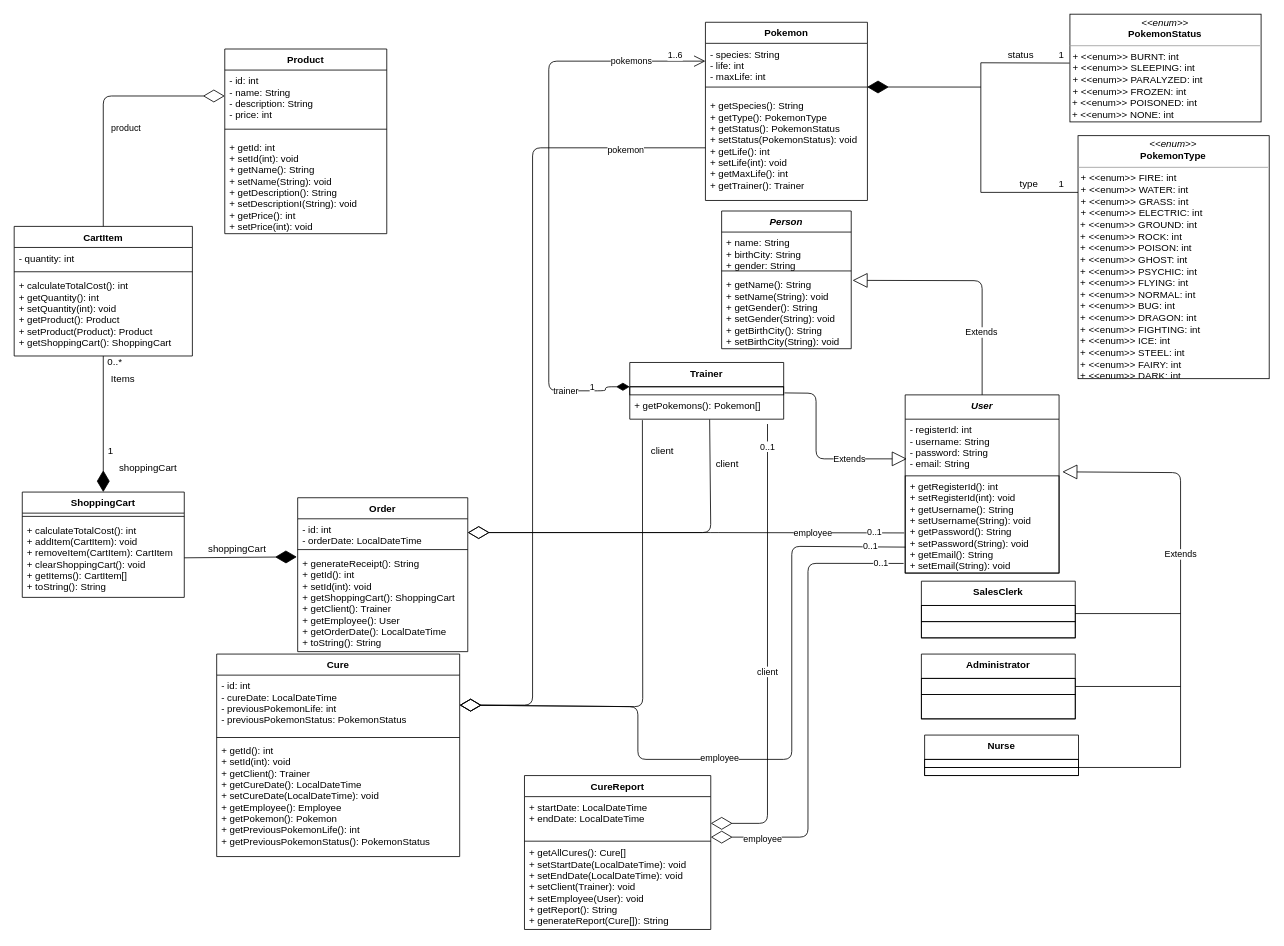
The draw.io diagram Project Documents/IP2ProjectUML.drawio in HenriqueSabino/Ip2Project, before the edit. Source tidied: cells renumbered, new cells numbered last; positions are measured from the earlier drawing's top-left corner, leaving out a move shared by most shapes. Both pictures are drawn from the tidied source at 81%, with x=0, y=0 at pixel (14, 14).
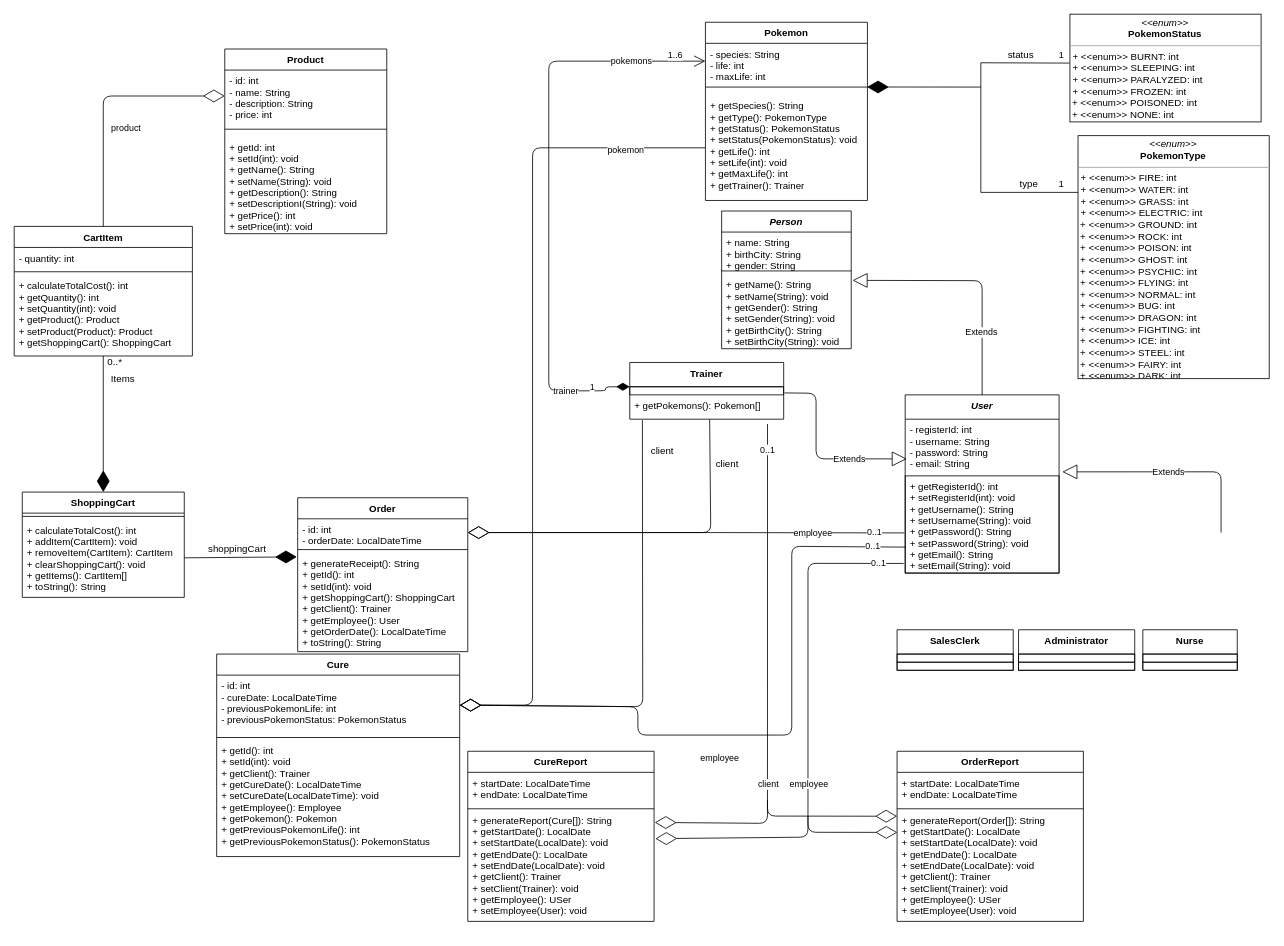
Above is the later version.

Unchanged cells that the change refers to:
```xml
<mxCell id="51" value="+ getPokemons(): Pokemon[]" style="text;strokeColor=none;fillColor=none;align=left;verticalAlign=top;spacingLeft=4;spacingRight=4;overflow=hidden;points=[[0,0.5],[1,0.5]];portConstraint=eastwest;" parent="49" vertex="1">
  <mxGeometry y="40" width="190" height="30" as="geometry" />
</mxCell>
<mxCell id="72" value="- id: int&#10;- cureDate: LocalDateTime&#10;- previousPokemonLife: int&#10;- previousPokemonStatus: PokemonStatus" style="text;strokeColor=none;fillColor=none;align=left;verticalAlign=top;spacingLeft=4;spacingRight=4;overflow=hidden;points=[[0,0.5],[1,0.5]];portConstraint=eastwest;" parent="71" vertex="1">
  <mxGeometry y="26" width="300" height="74" as="geometry" />
</mxCell>
<mxCell id="83" value="- registerId: int&#10;- username: String&#10;- password: String&#10;- email: String" style="text;strokeColor=none;fillColor=none;align=left;verticalAlign=top;spacingLeft=4;spacingRight=4;overflow=hidden;points=[[0,0.5],[1,0.5]];portConstraint=eastwest;" parent="82" vertex="1">
  <mxGeometry y="30" width="190" height="70" as="geometry" />
</mxCell>
<mxCell id="84" value="+ getRegisterId(): int&#10;+ setRegisterId(int): void&#10;+ getUsername(): String&#10;+ setUsername(String): void&#10;+ getPassword(): String&#10;+ setPassword(String): void&#10;+ getEmail(): String&#10;+ setEmail(String): void&#10;" style="text;strokeColor=#000000;fillColor=none;align=left;verticalAlign=top;spacingLeft=4;spacingRight=4;overflow=hidden;points=[[0,0.5],[1,0.5]];portConstraint=eastwest;" parent="82" vertex="1">
  <mxGeometry y="100" width="190" height="120" as="geometry" />
</mxCell>
```

The edit, as a diff of the source:
```diff
@@
     <mxCell id="27" value="Extends" style="endArrow=block;endSize=16;endFill=0;html=1;entryX=1.021;entryY=0.929;entryDx=0;entryDy=0;entryPerimeter=0;" parent="1" edge="1" target="83">
       <mxGeometry x="0.03" relative="1" as="geometry">
-        <mxPoint x="1440" y="930" as="sourcePoint" />
+        <mxPoint x="1490" y="640" as="sourcePoint" />
         <Array as="points">
-          <mxPoint x="1440" y="566" />
+          <mxPoint x="1490" y="565" />
         </Array>
       </mxGeometry>
     </mxCell>
-    <mxCell id="28" value="1" style="text;html=1;align=center;verticalAlign=middle;" parent="1" vertex="1">
-      <mxGeometry x="109" y="530" width="20" height="20" as="geometry" />
-    </mxCell>
@@
-    <mxCell id="30" value="shoppingCart" style="text;html=1;align=center;verticalAlign=middle;" parent="1" vertex="1">
-      <mxGeometry x="120" y="550" width="90" height="20" as="geometry" />
-    </mxCell>
@@
     <mxCell id="35" style="endArrow=diamondThin;endFill=0;endSize=24;html=1;exitX=0.002;exitY=0.733;exitDx=0;exitDy=0;exitPerimeter=0;entryX=1;entryY=0.5;entryDx=0;entryDy=0;" parent="1" edge="1" source="84" target="72">
       <mxGeometry relative="1" as="geometry">
         <Array as="points">
           <mxPoint x="960" y="657" />
-          <mxPoint x="960" y="920" />
-          <mxPoint x="770" y="920" />
+          <mxPoint x="960" y="890" />
+          <mxPoint x="770" y="890" />
           <mxPoint x="770" y="855" />
         </Array>
       </mxGeometry>
     </mxCell>
@@
-    <mxCell id="39" style="endArrow=none;html=1;exitX=1;exitY=0.5;exitDx=0;exitDy=0;" parent="1" edge="1" source="67">
-      <mxGeometry relative="1" as="geometry">
-        <mxPoint x="1440" y="830" as="targetPoint" />
-      </mxGeometry>
-    </mxCell>
-    <mxCell id="40" style="endArrow=none;html=1;exitX=1;exitY=0.5;exitDx=0;exitDy=0;" parent="1" edge="1">
-      <mxGeometry relative="1" as="geometry">
-        <mxPoint x="1314" y="930" as="sourcePoint" />
-        <mxPoint x="1440" y="930" as="targetPoint" />
-      </mxGeometry>
-    </mxCell>
-    <mxCell id="41" style="endArrow=none;html=1;exitX=1;exitY=0.5;exitDx=0;exitDy=0;" parent="1" edge="1">
-      <mxGeometry relative="1" as="geometry">
-        <mxPoint x="1310" y="740" as="sourcePoint" />
-        <mxPoint x="1440" y="740" as="targetPoint" />
-      </mxGeometry>
-    </mxCell>
@@
-    <mxCell id="52" value="SalesClerk" style="swimlane;fontStyle=1;align=center;verticalAlign=top;horizontal=1;startSize=30;" parent="1" vertex="1">
-      <mxGeometry x="1120" y="700" width="190" height="70" as="geometry" />
-    </mxCell>
-    <mxCell id="53" style="text;strokeColor=#000000;fillColor=none;align=left;verticalAlign=top;spacingLeft=4;spacingRight=4;overflow=hidden;" parent="52" vertex="1">
-      <mxGeometry y="30" width="190" height="20" as="geometry" />
-    </mxCell>
-    <mxCell id="54" style="text;strokeColor=#000000;fillColor=none;align=left;verticalAlign=top;spacingLeft=4;spacingRight=4;overflow=hidden;" parent="52" vertex="1">
-      <mxGeometry y="50" width="190" height="20" as="geometry" />
-    </mxCell>
@@
-    <mxCell id="63" value="Nurse" style="swimlane;fontStyle=1;align=center;verticalAlign=top;horizontal=1;startSize=30;" parent="1" vertex="1">
-      <mxGeometry x="1124" y="890" width="190" height="50" as="geometry" />
-    </mxCell>
-    <mxCell id="64" style="text;strokeColor=#000000;fillColor=none;align=left;verticalAlign=top;spacingLeft=4;spacingRight=4;overflow=hidden;" parent="63" vertex="1">
-      <mxGeometry y="30" width="190" height="10" as="geometry" />
-    </mxCell>
-    <mxCell id="65" style="text;strokeColor=#000000;fillColor=none;align=left;verticalAlign=top;spacingLeft=4;spacingRight=4;overflow=hidden;" parent="63" vertex="1">
-      <mxGeometry y="40" width="190" height="10" as="geometry" />
-    </mxCell>
-    <mxCell id="66" value="Administrator" style="swimlane;fontStyle=1;align=center;verticalAlign=top;horizontal=1;startSize=30;" parent="1" vertex="1">
-      <mxGeometry x="1120" y="790" width="190" height="80" as="geometry" />
-    </mxCell>
-    <mxCell id="67" style="text;strokeColor=#000000;fillColor=none;align=left;verticalAlign=top;spacingLeft=4;spacingRight=4;overflow=hidden;points=[[0,0.5],[1,0.5]];portConstraint=eastwest;" parent="66" vertex="1">
-      <mxGeometry y="30" width="190" height="20" as="geometry" />
-    </mxCell>
-    <mxCell id="68" style="text;strokeColor=#000000;fillColor=none;align=left;verticalAlign=top;spacingLeft=4;spacingRight=4;overflow=hidden;" parent="66" vertex="1">
-      <mxGeometry y="50" width="190" height="30" as="geometry" />
-    </mxCell>
@@
-    <mxCell id="85" style="endArrow=diamondThin;endFill=0;endSize=24;html=1;exitX=-0.01;exitY=0.901;exitDx=0;exitDy=0;exitPerimeter=0;entryX=1;entryY=0.5;entryDx=0;entryDy=0;" parent="1" edge="1" source="84">
+    <mxCell id="85" style="endArrow=diamondThin;endFill=0;endSize=24;html=1;exitX=-0.01;exitY=0.901;exitDx=0;exitDy=0;exitPerimeter=0;entryX=1.007;entryY=0.26;entryDx=0;entryDy=0;entryPerimeter=0;" parent="1" edge="1" source="84" target="95">
       <mxGeometry relative="1" as="geometry">
-        <mxPoint x="860" y="1016" as="targetPoint" />
         <Array as="points">
           <mxPoint x="980" y="678" />
           <mxPoint x="980" y="1016" />
         </Array>
       </mxGeometry>
     </mxCell>
@@
     <mxCell id="87" value="employee" style="edgeLabel;html=1;align=center;verticalAlign=middle;" parent="85" vertex="1">
-      <mxGeometry x="0.78" y="2" relative="1" as="geometry" />
+      <mxGeometry x="0.78" y="2" relative="1" as="geometry">
+        <mxPoint x="118" y="-69.2" as="offset" />
+      </mxGeometry>
     </mxCell>
-    <mxCell id="88" style="endArrow=diamondThin;endFill=0;endSize=24;html=1;exitX=0.895;exitY=1.2;exitDx=0;exitDy=0;exitPerimeter=0;entryX=1;entryY=0.5;entryDx=0;entryDy=0;" parent="1" edge="1" source="51">
+    <mxCell id="88" style="endArrow=diamondThin;endFill=0;endSize=24;html=1;exitX=0.895;exitY=1.2;exitDx=0;exitDy=0;exitPerimeter=0;entryX=1.004;entryY=0.115;entryDx=0;entryDy=0;entryPerimeter=0;" parent="1" edge="1" source="51" target="95">
       <mxGeometry relative="1" as="geometry">
-        <mxPoint x="860" y="999" as="targetPoint" />
         <Array as="points">
           <mxPoint x="930" y="999" />
         </Array>
       </mxGeometry>
     </mxCell>
@@
     <mxCell id="90" value="client" style="edgeLabel;html=1;align=center;verticalAlign=middle;" parent="88" vertex="1">
       <mxGeometry x="0.78" y="2" relative="1" as="geometry">
-        <mxPoint x="7.4" y="-189.5" as="offset" />
+        <mxPoint x="70.5" y="-50.4" as="offset" />
       </mxGeometry>
     </mxCell>
+    <mxCell id="63" value="Nurse" style="swimlane;fontStyle=1;align=center;verticalAlign=top;horizontal=1;startSize=30;" parent="1" vertex="1">
+      <mxGeometry x="1393.4" y="760" width="116.6" height="50" as="geometry" />
+    </mxCell>
+    <mxCell id="64" style="text;strokeColor=#000000;fillColor=none;align=left;verticalAlign=top;spacingLeft=4;spacingRight=4;overflow=hidden;" parent="63" vertex="1">
+      <mxGeometry y="30" width="116.6" height="10" as="geometry" />
+    </mxCell>
+    <mxCell id="65" style="text;strokeColor=#000000;fillColor=none;align=left;verticalAlign=top;spacingLeft=4;spacingRight=4;overflow=hidden;" parent="63" vertex="1">
+      <mxGeometry y="40" width="116.6" height="10" as="geometry" />
+    </mxCell>
     <mxCell id="91" value="CureReport" style="swimlane;fontStyle=1;align=center;verticalAlign=top;horizontal=1;startSize=26;" parent="1" vertex="1">
-      <mxGeometry x="630" y="940" width="230" height="190" as="geometry" />
+      <mxGeometry x="560" y="910" width="230" height="210" as="geometry" />
     </mxCell>
@@
     <mxCell id="93" value="+ startDate: LocalDateTime&#10;+ endDate: LocalDateTime" style="text;strokeColor=none;fillColor=none;align=left;verticalAlign=top;spacingLeft=4;spacingRight=4;overflow=hidden;" parent="91" vertex="1">
-      <mxGeometry y="26" width="230" height="54" as="geometry" />
+      <mxGeometry y="26" width="230" height="44" as="geometry" />
     </mxCell>
     <mxCell id="94" style="line;strokeWidth=1;fillColor=none;align=left;verticalAlign=middle;spacingTop=-1;spacingLeft=3;spacingRight=3;labelPosition=right;" parent="91" vertex="1">
-      <mxGeometry y="80" width="230" height="2" as="geometry" />
+      <mxGeometry y="70" width="230" height="2" as="geometry" />
     </mxCell>
-    <mxCell id="95" value="+ getAllCures(): Cure[]&#10;+ setStartDate(LocalDateTime): void&#10;+ setEndDate(LocalDateTime): void&#10;+ setClient(Trainer): void&#10;+ setEmployee(User): void&#10;+ getReport(): String&#10;+ generateReport(Cure[]): String" style="text;strokeColor=none;fillColor=none;align=left;verticalAlign=top;spacingLeft=4;spacingRight=4;overflow=hidden;points=[[0,0.5],[1,0.5]];portConstraint=eastwest;" parent="91" vertex="1">
-      <mxGeometry y="82" width="230" height="108" as="geometry" />
+    <mxCell id="95" value="+ generateReport(Cure[]): String&#10;+ getStartDate(): LocalDate&#10;+ setStartDate(LocalDate): void&#10;+ getEndDate(): LocalDate&#10;+ setEndDate(LocalDate): void&#10;+ getClient(): Trainer&#10;+ setClient(Trainer): void&#10;+ getEmployee(): USer&#10;+ setEmployee(User): void" style="text;strokeColor=none;fillColor=none;align=left;verticalAlign=top;spacingLeft=4;spacingRight=4;overflow=hidden;points=[[0,0.5],[1,0.5]];portConstraint=eastwest;" parent="91" vertex="1">
+      <mxGeometry y="72" width="230" height="138" as="geometry" />
     </mxCell>
+    <mxCell id="52" value="SalesClerk" style="swimlane;fontStyle=1;align=center;verticalAlign=top;horizontal=1;startSize=30;" parent="1" vertex="1">
+      <mxGeometry x="1090" y="760" width="143.4" height="50" as="geometry" />
+    </mxCell>
+    <mxCell id="53" style="text;strokeColor=#000000;fillColor=none;align=left;verticalAlign=top;spacingLeft=4;spacingRight=4;overflow=hidden;" parent="52" vertex="1">
+      <mxGeometry y="30" width="143.4" height="10" as="geometry" />
+    </mxCell>
+    <mxCell id="54" style="text;strokeColor=#000000;fillColor=none;align=left;verticalAlign=top;spacingLeft=4;spacingRight=4;overflow=hidden;" parent="52" vertex="1">
+      <mxGeometry y="40" width="143.4" height="10" as="geometry" />
+    </mxCell>
+    <mxCell id="66" value="Administrator" style="swimlane;fontStyle=1;align=center;verticalAlign=top;horizontal=1;startSize=30;" parent="1" vertex="1">
+      <mxGeometry x="1240" y="760" width="143.4" height="50" as="geometry" />
+    </mxCell>
+    <mxCell id="67" style="text;strokeColor=#000000;fillColor=none;align=left;verticalAlign=top;spacingLeft=4;spacingRight=4;overflow=hidden;points=[[0,0.5],[1,0.5]];portConstraint=eastwest;" parent="66" vertex="1">
+      <mxGeometry y="30" width="143.4" height="10" as="geometry" />
+    </mxCell>
+    <mxCell id="68" style="text;strokeColor=#000000;fillColor=none;align=left;verticalAlign=top;spacingLeft=4;spacingRight=4;overflow=hidden;" parent="66" vertex="1">
+      <mxGeometry y="40" width="143.4" height="10" as="geometry" />
+    </mxCell>
+    <mxCell id="96" value="OrderReport" style="swimlane;fontStyle=1;align=center;verticalAlign=top;horizontal=1;startSize=26;" parent="1" vertex="1">
+      <mxGeometry x="1090" y="910" width="230" height="210" as="geometry" />
+    </mxCell>
+    <mxCell id="97" value=" " style="text;strokeColor=none;fillColor=none;align=left;verticalAlign=top;spacingLeft=4;spacingRight=4;overflow=hidden;" parent="96" vertex="1">
+      <mxGeometry y="26" width="230" as="geometry" />
+    </mxCell>
+    <mxCell id="98" value="+ startDate: LocalDateTime&#10;+ endDate: LocalDateTime" style="text;strokeColor=none;fillColor=none;align=left;verticalAlign=top;spacingLeft=4;spacingRight=4;overflow=hidden;" parent="96" vertex="1">
+      <mxGeometry y="26" width="230" height="44" as="geometry" />
+    </mxCell>
+    <mxCell id="99" style="line;strokeWidth=1;fillColor=none;align=left;verticalAlign=middle;spacingTop=-1;spacingLeft=3;spacingRight=3;labelPosition=right;" parent="96" vertex="1">
+      <mxGeometry y="70" width="230" height="2" as="geometry" />
+    </mxCell>
+    <mxCell id="100" value="+ generateReport(Order[]): String&#10;+ getStartDate(): LocalDate&#10;+ setStartDate(LocalDate): void&#10;+ getEndDate(): LocalDate&#10;+ setEndDate(LocalDate): void&#10;+ getClient(): Trainer&#10;+ setClient(Trainer): void&#10;+ getEmployee(): USer&#10;+ setEmployee(User): void" style="text;strokeColor=none;fillColor=none;align=left;verticalAlign=top;spacingLeft=4;spacingRight=4;overflow=hidden;points=[[0,0.5],[1,0.5]];portConstraint=eastwest;" parent="96" vertex="1">
+      <mxGeometry y="72" width="230" height="138" as="geometry" />
+    </mxCell>
+    <mxCell id="101" style="endArrow=diamondThin;endFill=0;endSize=24;html=1;entryX=0.001;entryY=0.204;entryDx=0;entryDy=0;entryPerimeter=0;" parent="1" edge="1" target="100">
+      <mxGeometry relative="1" as="geometry">
+        <mxPoint x="980" y="990" as="sourcePoint" />
+        <Array as="points">
+          <mxPoint x="980" y="1010" />
+        </Array>
+      </mxGeometry>
+    </mxCell>
+    <mxCell id="102" style="endArrow=diamondThin;endFill=0;endSize=24;html=1;entryX=0.001;entryY=0.204;entryDx=0;entryDy=0;entryPerimeter=0;" parent="1" edge="1">
+      <mxGeometry relative="1" as="geometry">
+        <mxPoint x="930" y="970" as="sourcePoint" />
+        <mxPoint x="1090" y="990.2" as="targetPoint" />
+        <Array as="points">
+          <mxPoint x="930" y="990" />
+        </Array>
+      </mxGeometry>
+    </mxCell>
```
